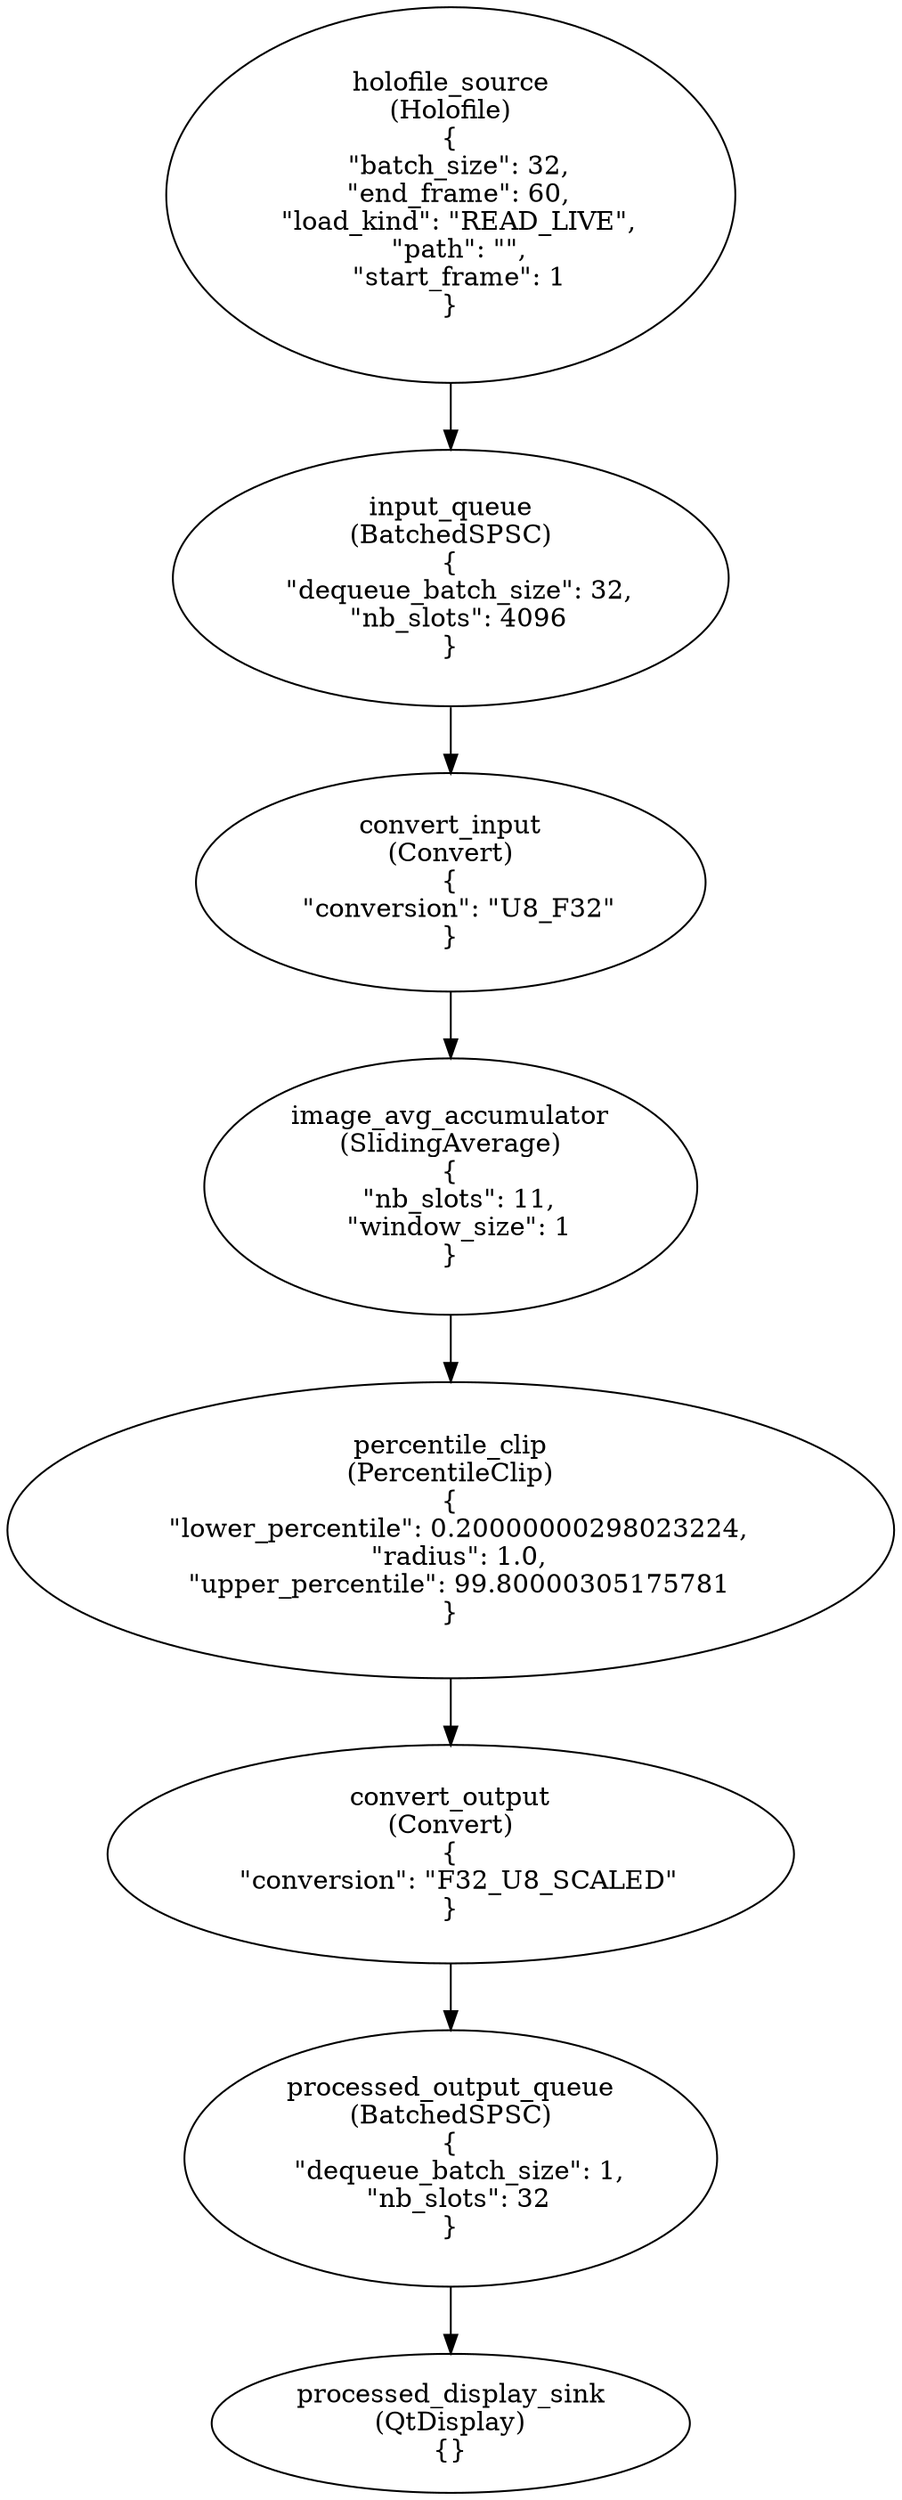
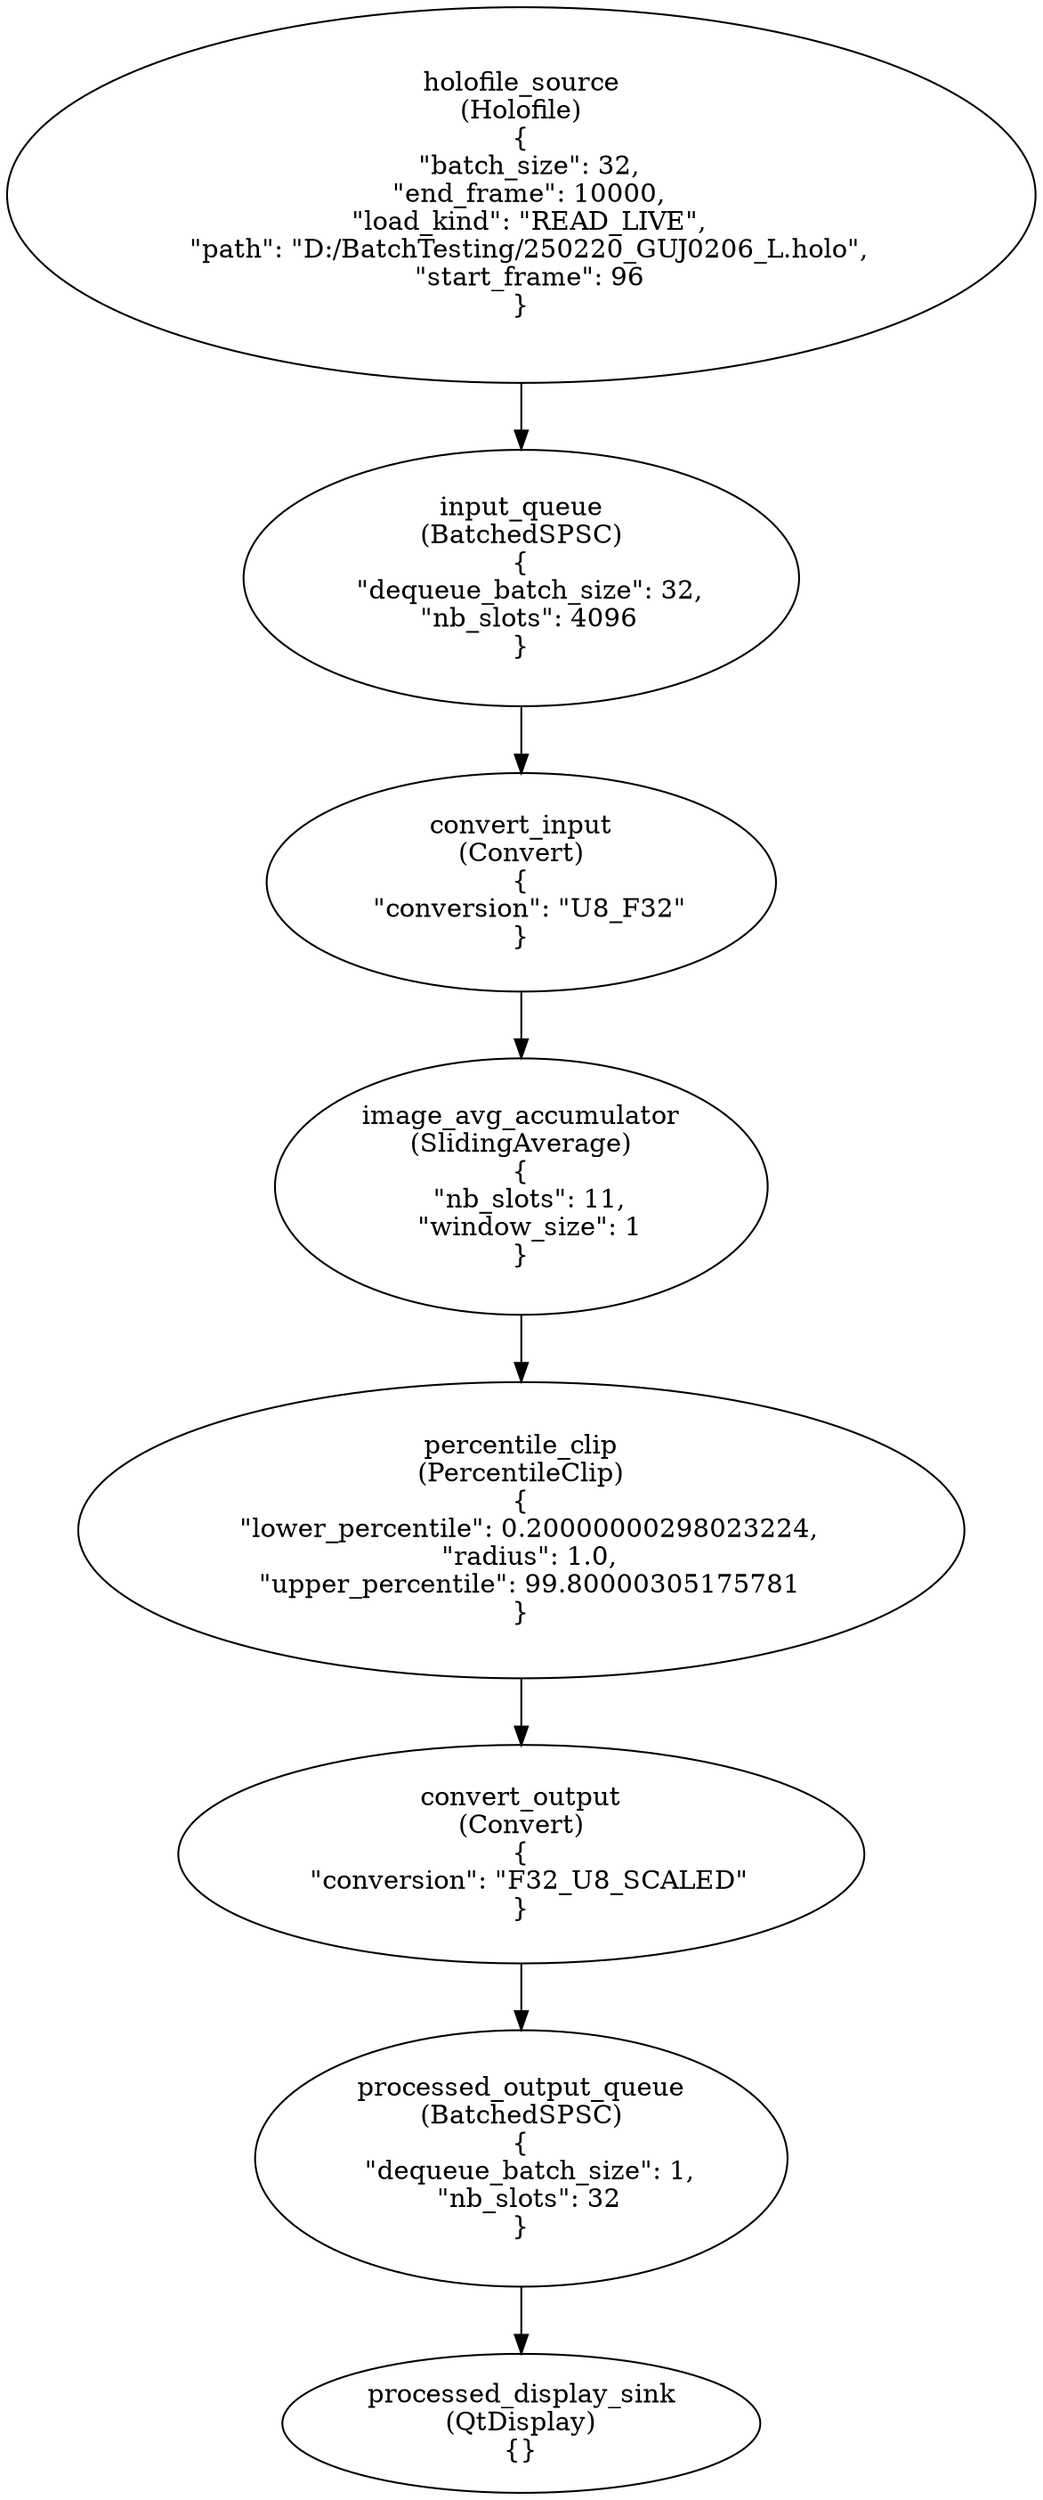
digraph G {
0[label="holofile_source\n(Holofile)\n{
  \"batch_size\": 32,
-   \"end_frame\": 60,
+   \"end_frame\": 10000,
  \"load_kind\": \"READ_LIVE\",
-   \"path\": \"\",
-   \"start_frame\": 1
+   \"path\": \"D:/BatchTesting/250220_GUJ0206_L.holo\",
+   \"start_frame\": 96
}"];
1[label="input_queue\n(BatchedSPSC)\n{
  \"dequeue_batch_size\": 32,
  \"nb_slots\": 4096
}"];
2[label="convert_input\n(Convert)\n{
  \"conversion\": \"U8_F32\"
}"];
3[label="image_avg_accumulator\n(SlidingAverage)\n{
  \"nb_slots\": 11,
  \"window_size\": 1
}"];
4[label="percentile_clip\n(PercentileClip)\n{
  \"lower_percentile\": 0.20000000298023224,
  \"radius\": 1.0,
  \"upper_percentile\": 99.80000305175781
}"];
5[label="convert_output\n(Convert)\n{
  \"conversion\": \"F32_U8_SCALED\"
}"];
6[label="processed_output_queue\n(BatchedSPSC)\n{
  \"dequeue_batch_size\": 1,
  \"nb_slots\": 32
}"];
7[label="processed_display_sink\n(QtDisplay)\n{}"];
0->1 ;
1->2 ;
2->3 ;
3->4 ;
4->5 ;
5->6 ;
6->7 ;
}
